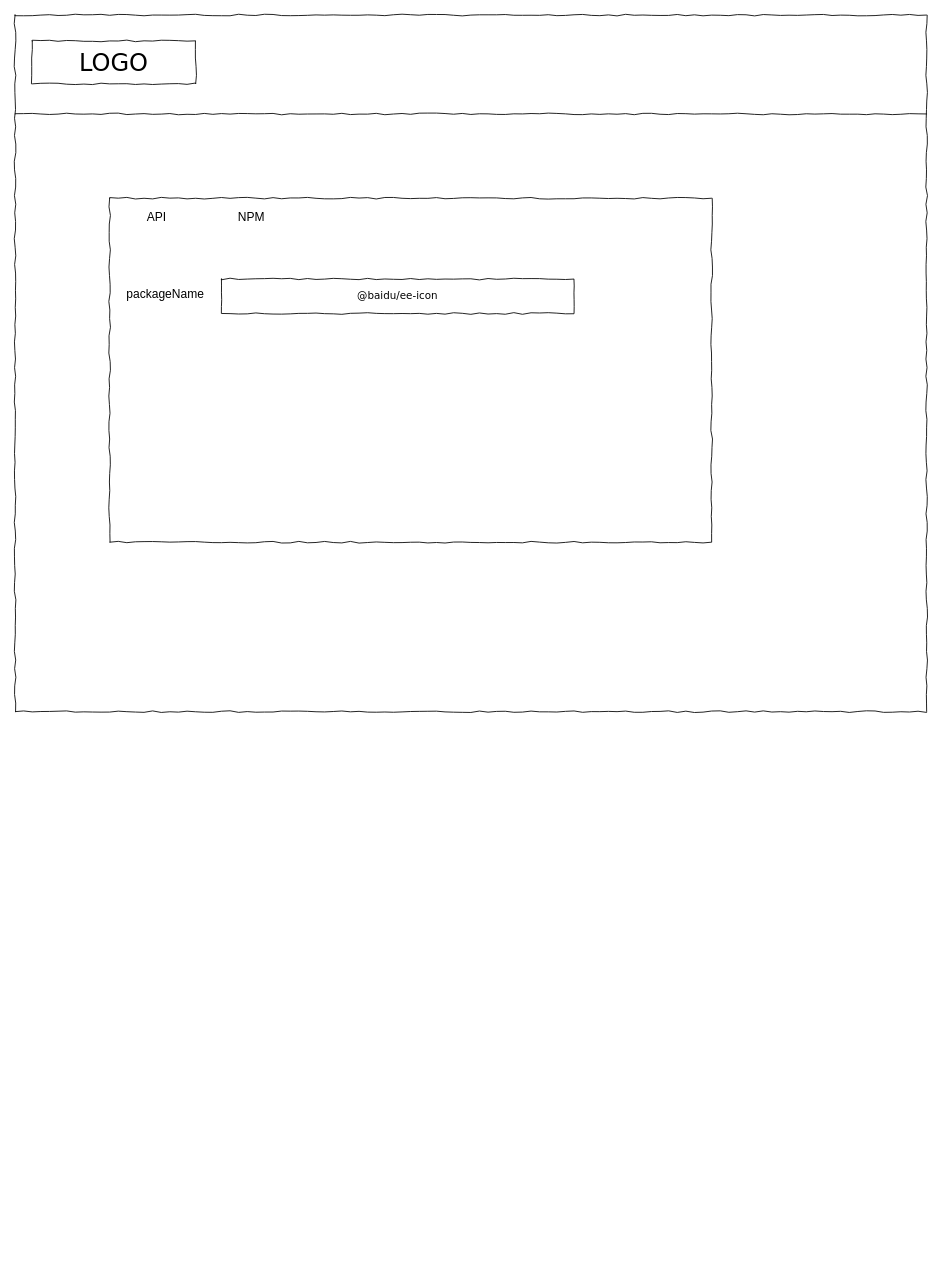
Before: Untitled Diagram.drawio in yuxuan/playground, a draw.io diagram. Source tidied: cells renumbered, new cells numbered last; positions are measured from the earlier drawing's top-left corner, leaving out a move shared by most shapes. Both pictures are drawn from the tidied source at 86%, with x=0, y=0 at pixel (15, 15).
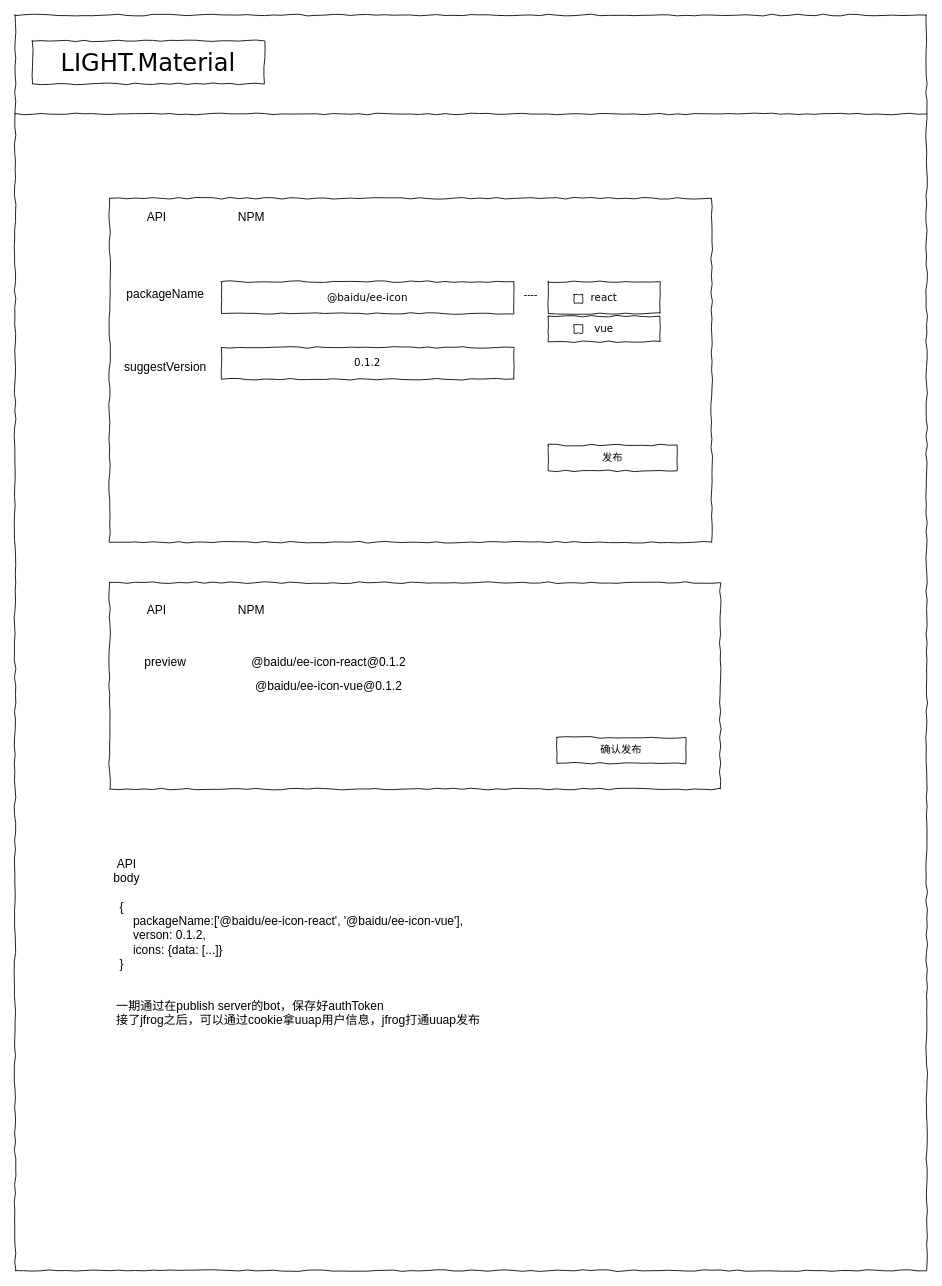
The same page after the edit.

What changed in the source:
```diff
@@
     <mxCell id="2" style="whiteSpace=wrap;html=1;rounded=0;shadow=0;labelBackgroundColor=none;strokeColor=#000000;strokeWidth=1;fillColor=none;fontFamily=Verdana;fontSize=12;fontColor=#000000;align=center;comic=1;" parent="1" vertex="1">
-      <mxGeometry width="1060" height="810" as="geometry" />
+      <mxGeometry width="1060" height="1460" as="geometry" />
     </mxCell>
-    <mxCell id="3" value="LOGO" style="whiteSpace=wrap;html=1;rounded=0;shadow=0;labelBackgroundColor=none;strokeWidth=1;fontFamily=Verdana;fontSize=28;align=center;comic=1;" parent="1" vertex="1">
-      <mxGeometry x="20" y="30" width="190" height="50" as="geometry" />
+    <mxCell id="3" value="LIGHT.Material" style="whiteSpace=wrap;html=1;rounded=0;shadow=0;labelBackgroundColor=none;strokeWidth=1;fontFamily=Verdana;fontSize=28;align=center;comic=1;" parent="1" vertex="1">
+      <mxGeometry x="20" y="30" width="270" height="50" as="geometry" />
     </mxCell>
@@
     <mxCell id="8" value="@baidu/ee-icon" style="whiteSpace=wrap;html=1;rounded=0;shadow=0;labelBackgroundColor=none;strokeWidth=1;fillColor=none;fontFamily=Verdana;fontSize=12;align=center;comic=1;" parent="1" vertex="1">
-      <mxGeometry x="240" y="307" width="410" height="40" as="geometry" />
+      <mxGeometry x="240" y="310" width="340" height="37" as="geometry" />
     </mxCell>
@@
+    <mxCell id="10" value="react" style="whiteSpace=wrap;html=1;rounded=0;shadow=0;labelBackgroundColor=none;strokeWidth=1;fillColor=none;fontFamily=Verdana;fontSize=12;align=center;comic=1;" parent="1" vertex="1">
+      <mxGeometry x="620" y="310" width="130" height="37" as="geometry" />
+    </mxCell>
+    <mxCell id="11" value="vue" style="whiteSpace=wrap;html=1;rounded=0;shadow=0;labelBackgroundColor=none;strokeWidth=1;fillColor=none;fontFamily=Verdana;fontSize=12;align=center;comic=1;" parent="1" vertex="1">
+      <mxGeometry x="620" y="350" width="130" height="30" as="geometry" />
+    </mxCell>
+    <mxCell id="12" value="----" style="text;html=1;strokeColor=none;fillColor=none;align=center;verticalAlign=middle;whiteSpace=wrap;rounded=0;" parent="1" vertex="1">
+      <mxGeometry x="580" y="315" width="40" height="20" as="geometry" />
+    </mxCell>
+    <mxCell id="13" value="&lt;font style=&quot;font-size: 14px&quot;&gt;suggestVersion&lt;/font&gt;" style="text;html=1;strokeColor=none;fillColor=none;align=center;verticalAlign=middle;whiteSpace=wrap;rounded=0;" parent="1" vertex="1">
+      <mxGeometry x="120" y="386.5" width="110" height="44" as="geometry" />
+    </mxCell>
+    <mxCell id="14" value="0.1.2" style="whiteSpace=wrap;html=1;rounded=0;shadow=0;labelBackgroundColor=none;strokeWidth=1;fillColor=none;fontFamily=Verdana;fontSize=12;align=center;comic=1;" parent="1" vertex="1">
+      <mxGeometry x="240" y="386.5" width="340" height="37" as="geometry" />
+    </mxCell>
+    <mxCell id="15" value="发布" style="whiteSpace=wrap;html=1;rounded=0;shadow=0;labelBackgroundColor=none;strokeWidth=1;fillColor=none;fontFamily=Verdana;fontSize=12;align=center;comic=1;" parent="1" vertex="1">
+      <mxGeometry x="620" y="500" width="150" height="30" as="geometry" />
+    </mxCell>
+    <mxCell id="16" style="whiteSpace=wrap;html=1;rounded=0;shadow=0;labelBackgroundColor=none;strokeWidth=1;fillColor=none;fontFamily=Verdana;fontSize=12;align=center;comic=1;" parent="1" vertex="1">
+      <mxGeometry x="110" y="660" width="710" height="240" as="geometry" />
+    </mxCell>
+    <mxCell id="17" value="&lt;font style=&quot;font-size: 14px&quot;&gt;API&lt;/font&gt;" style="text;html=1;strokeColor=none;fillColor=none;align=center;verticalAlign=middle;whiteSpace=wrap;rounded=0;" parent="1" vertex="1">
+      <mxGeometry x="110" y="670" width="110" height="44" as="geometry" />
+    </mxCell>
+    <mxCell id="18" value="&lt;font style=&quot;font-size: 14px&quot;&gt;NPM&lt;/font&gt;" style="text;html=1;strokeColor=none;fillColor=none;align=center;verticalAlign=middle;whiteSpace=wrap;rounded=0;" parent="1" vertex="1">
+      <mxGeometry x="220" y="670" width="110" height="44" as="geometry" />
+    </mxCell>
+    <mxCell id="19" value="&lt;font style=&quot;font-size: 14px&quot;&gt;preview&lt;/font&gt;" style="text;html=1;strokeColor=none;fillColor=none;align=center;verticalAlign=middle;whiteSpace=wrap;rounded=0;" parent="1" vertex="1">
+      <mxGeometry x="120" y="730" width="110" height="44" as="geometry" />
+    </mxCell>
+    <mxCell id="20" value="&lt;font style=&quot;font-size: 14px&quot;&gt;@baidu/ee-icon-react@0.1.2&lt;/font&gt;" style="text;html=1;strokeColor=none;fillColor=none;align=center;verticalAlign=middle;whiteSpace=wrap;rounded=0;" parent="1" vertex="1">
+      <mxGeometry x="230" y="730" width="270" height="44" as="geometry" />
+    </mxCell>
+    <mxCell id="21" value="&lt;font style=&quot;font-size: 14px&quot;&gt;@baidu/ee-icon-vue@0.1.2&lt;/font&gt;" style="text;html=1;strokeColor=none;fillColor=none;align=center;verticalAlign=middle;whiteSpace=wrap;rounded=0;" parent="1" vertex="1">
+      <mxGeometry x="230" y="758" width="270" height="44" as="geometry" />
+    </mxCell>
+    <mxCell id="22" value="确认发布" style="whiteSpace=wrap;html=1;rounded=0;shadow=0;labelBackgroundColor=none;strokeWidth=1;fillColor=none;fontFamily=Verdana;fontSize=12;align=center;comic=1;" parent="1" vertex="1">
+      <mxGeometry x="630" y="840" width="150" height="30" as="geometry" />
+    </mxCell>
+    <mxCell id="23" style="whiteSpace=wrap;html=1;rounded=0;shadow=0;labelBackgroundColor=none;strokeWidth=1;fillColor=none;fontFamily=Verdana;fontSize=12;align=center;comic=1;" parent="1" vertex="1">
+      <mxGeometry x="650" y="325" width="10" height="10" as="geometry" />
+    </mxCell>
+    <mxCell id="24" style="whiteSpace=wrap;html=1;rounded=0;shadow=0;labelBackgroundColor=none;strokeWidth=1;fillColor=none;fontFamily=Verdana;fontSize=12;align=center;comic=1;" parent="1" vertex="1">
+      <mxGeometry x="650" y="360" width="10" height="10" as="geometry" />
+    </mxCell>
+    <mxCell id="25" value="&lt;font style=&quot;font-size: 14px&quot;&gt;{&lt;br&gt;&amp;nbsp; &amp;nbsp; packageName:['@baidu/ee-icon-react', '@baidu/ee-icon-vue'],&lt;br&gt;&amp;nbsp; &amp;nbsp; verson: 0.1.2,&lt;br&gt;&amp;nbsp; &amp;nbsp; icons: {data: [...]}&lt;br&gt;}&lt;/font&gt;" style="text;html=1;strokeColor=none;fillColor=none;align=left;verticalAlign=middle;whiteSpace=wrap;rounded=0;" parent="1" vertex="1">
+      <mxGeometry x="120" y="1020" width="557.5" height="100" as="geometry" />
+    </mxCell>
+    <mxCell id="26" value="&lt;font style=&quot;font-size: 14px&quot;&gt;API&lt;br&gt;body&lt;/font&gt;" style="text;html=1;strokeColor=none;fillColor=none;align=center;verticalAlign=middle;whiteSpace=wrap;rounded=0;" parent="1" vertex="1">
+      <mxGeometry x="110" y="990" width="40" height="10" as="geometry" />
+    </mxCell>
+    <mxCell id="27" value="&lt;span style=&quot;font-size: 14px&quot;&gt;一期通过在publish server的bot，保存好authToken&lt;br&gt;接了jfrog之后，可以通过cookie拿uuap用户信息，jfrog打通uuap发布&lt;br&gt;&lt;/span&gt;" style="text;html=1;strokeColor=none;fillColor=none;align=left;verticalAlign=middle;whiteSpace=wrap;rounded=0;" parent="1" vertex="1">
+      <mxGeometry x="116.2" y="1110" width="557.5" height="100" as="geometry" />
+    </mxCell>
```
